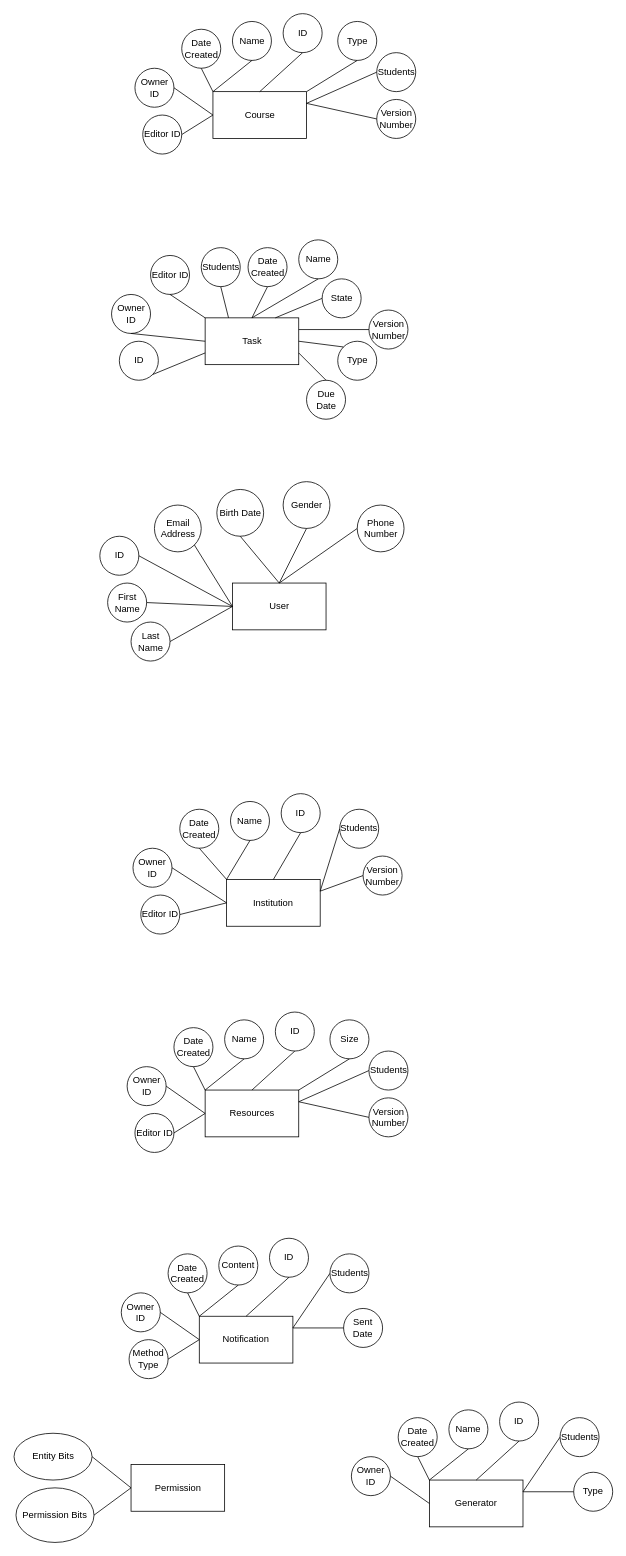
Above: diagrams/db/DatabaseER.drawio in Apollo-LW/Apollo-LW (draw.io), before the change. Source tidied: cells renumbered, new cells numbered last; positions are measured from the earlier drawing's top-left corner, leaving out a move shared by most shapes. Both pictures are drawn from the tidied source at 78%, with x=0, y=0 at pixel (14, 13).
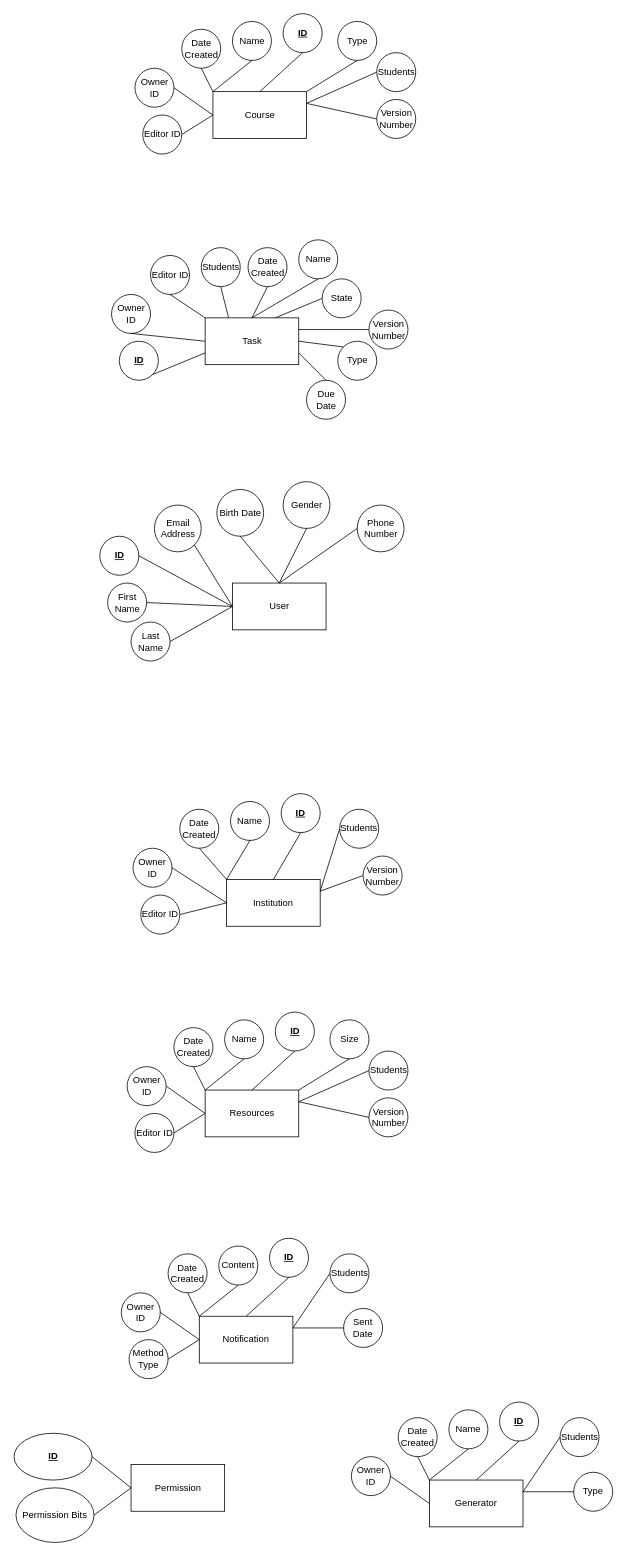
The same page after the edit.

Commit message:
Add primary keys

Diff of the diagram source:
```diff
@@
-    <mxCell id="5" value="ID" style="ellipse;whiteSpace=wrap;html=1;" parent="1" vertex="1">
+    <mxCell id="5" value="&lt;b&gt;&lt;u&gt;ID&lt;/u&gt;&lt;/b&gt;" style="ellipse;whiteSpace=wrap;html=1;" parent="1" vertex="1">
       <mxGeometry x="109.5" y="670" width="50" height="50" as="geometry" />
     </mxCell>
@@
-    <mxCell id="21" value="ID" style="ellipse;whiteSpace=wrap;html=1;" parent="1" vertex="1">
+    <mxCell id="21" value="&lt;u&gt;&lt;b&gt;ID&lt;/b&gt;&lt;/u&gt;" style="ellipse;whiteSpace=wrap;html=1;" parent="1" vertex="1">
       <mxGeometry x="344.5" width="50" height="50" as="geometry" />
     </mxCell>
@@
-    <mxCell id="35" value="ID" style="ellipse;whiteSpace=wrap;html=1;" parent="1" vertex="1">
+    <mxCell id="35" value="&lt;b&gt;&lt;u&gt;ID&lt;/u&gt;&lt;/b&gt;" style="ellipse;whiteSpace=wrap;html=1;" parent="1" vertex="1">
       <mxGeometry x="134.5" y="420" width="50" height="50" as="geometry" />
     </mxCell>
@@
-    <mxCell id="58" value="ID" style="ellipse;whiteSpace=wrap;html=1;" parent="1" vertex="1">
+    <mxCell id="58" value="&lt;u&gt;&lt;b&gt;ID&lt;/b&gt;&lt;/u&gt;" style="ellipse;whiteSpace=wrap;html=1;" parent="1" vertex="1">
       <mxGeometry x="342" y="1000" width="50" height="50" as="geometry" />
     </mxCell>
@@
-    <mxCell id="73" value="ID" style="ellipse;whiteSpace=wrap;html=1;" parent="1" vertex="1">
+    <mxCell id="73" value="&lt;b&gt;&lt;u&gt;ID&lt;/u&gt;&lt;/b&gt;" style="ellipse;whiteSpace=wrap;html=1;" parent="1" vertex="1">
       <mxGeometry x="334.5" y="1280" width="50" height="50" as="geometry" />
     </mxCell>
@@
-    <mxCell id="90" value="ID" style="ellipse;whiteSpace=wrap;html=1;" parent="1" vertex="1">
+    <mxCell id="90" value="&lt;b&gt;&lt;u&gt;ID&lt;/u&gt;&lt;/b&gt;" style="ellipse;whiteSpace=wrap;html=1;" parent="1" vertex="1">
       <mxGeometry x="327" y="1570" width="50" height="50" as="geometry" />
     </mxCell>
@@
-    <mxCell id="103" value="Entity Bits" style="ellipse;whiteSpace=wrap;html=1;" parent="1" vertex="1">
+    <mxCell id="103" value="&lt;b&gt;&lt;u&gt;ID&lt;/u&gt;&lt;/b&gt;" style="ellipse;whiteSpace=wrap;html=1;" parent="1" vertex="1">
       <mxGeometry x="-0.5" y="1820" width="100" height="60" as="geometry" />
     </mxCell>
@@
-    <mxCell id="110" value="ID" style="ellipse;whiteSpace=wrap;html=1;" parent="1" vertex="1">
+    <mxCell id="110" value="&lt;b&gt;&lt;u&gt;ID&lt;/u&gt;&lt;/b&gt;" style="ellipse;whiteSpace=wrap;html=1;" parent="1" vertex="1">
       <mxGeometry x="622" y="1780" width="50" height="50" as="geometry" />
     </mxCell>
```
